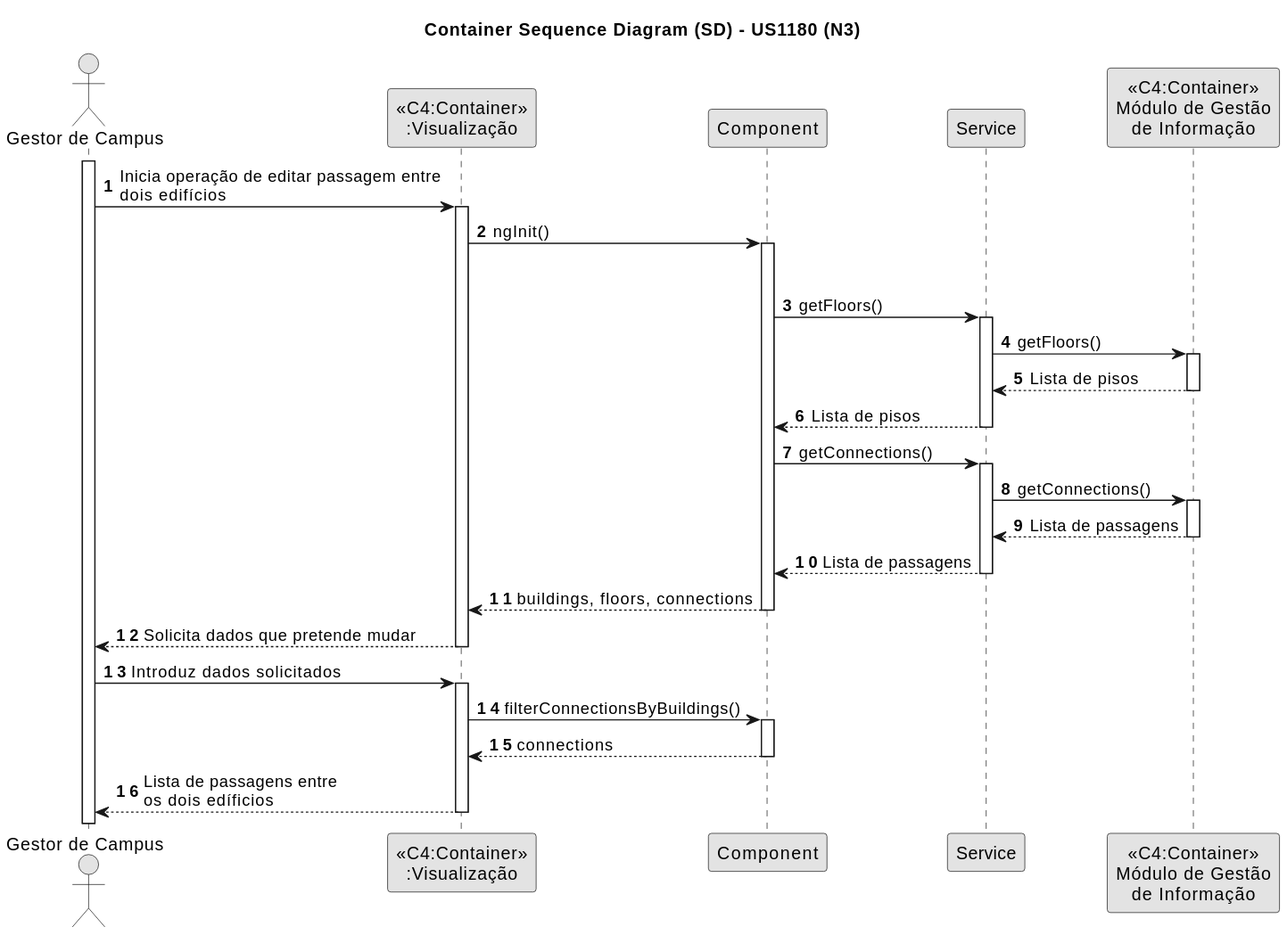
Above: docs/SprintB/1211171/us1190/SD-N3-US1190.svg in pedrocmesquita/RobDroneGo (PlantUML), before the change.
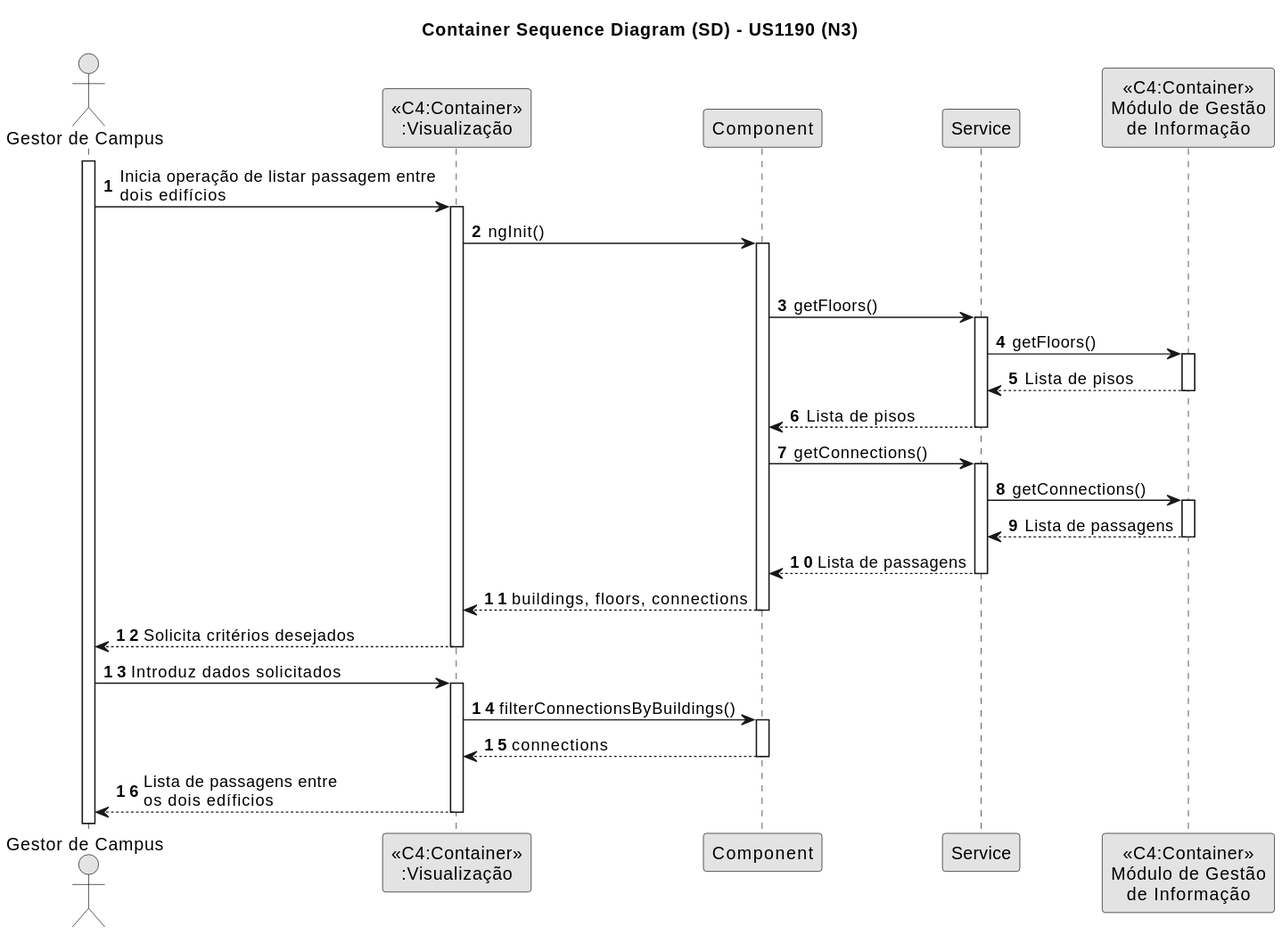
Later version of the same file.

Diff of the diagram source:
```diff
@@ -3,14 +3,14 @@
 skinparam packageStyle rectangle
 skinparam shadowing false
 
-title Container Sequence Diagram (SD) - US1180 (N3)
+title Container Sequence Diagram (SD) - US1190 (N3)
 
 autonumber
 
 actor "Gestor de Campus"
 
 activate "Gestor de Campus"
-"Gestor de Campus" -> "<<C4:Container>>\n:Visualização": Inicia operação de editar passagem entre\ndois edifícios
+"Gestor de Campus" -> "<<C4:Container>>\n:Visualização": Inicia operação de listar passagem entre\ndois edifícios
 activate "<<C4:Container>>\n:Visualização"
 "<<C4:Container>>\n:Visualização" -> Component: ngInit()
 activate Component
@@ -35,7 +35,7 @@
 Component --> "<<C4:Container>>\n:Visualização" : buildings, floors, connections
 deactivate Component
 
-"<<C4:Container>>\n:Visualização" --> "Gestor de Campus": Solicita dados que pretende mudar
+"<<C4:Container>>\n:Visualização" --> "Gestor de Campus": Solicita critérios desejados
 deactivate "<<C4:Container>>\n:Visualização"
 
 "Gestor de Campus" -> "<<C4:Container>>\n:Visualização": Introduz dados solicitados
```
